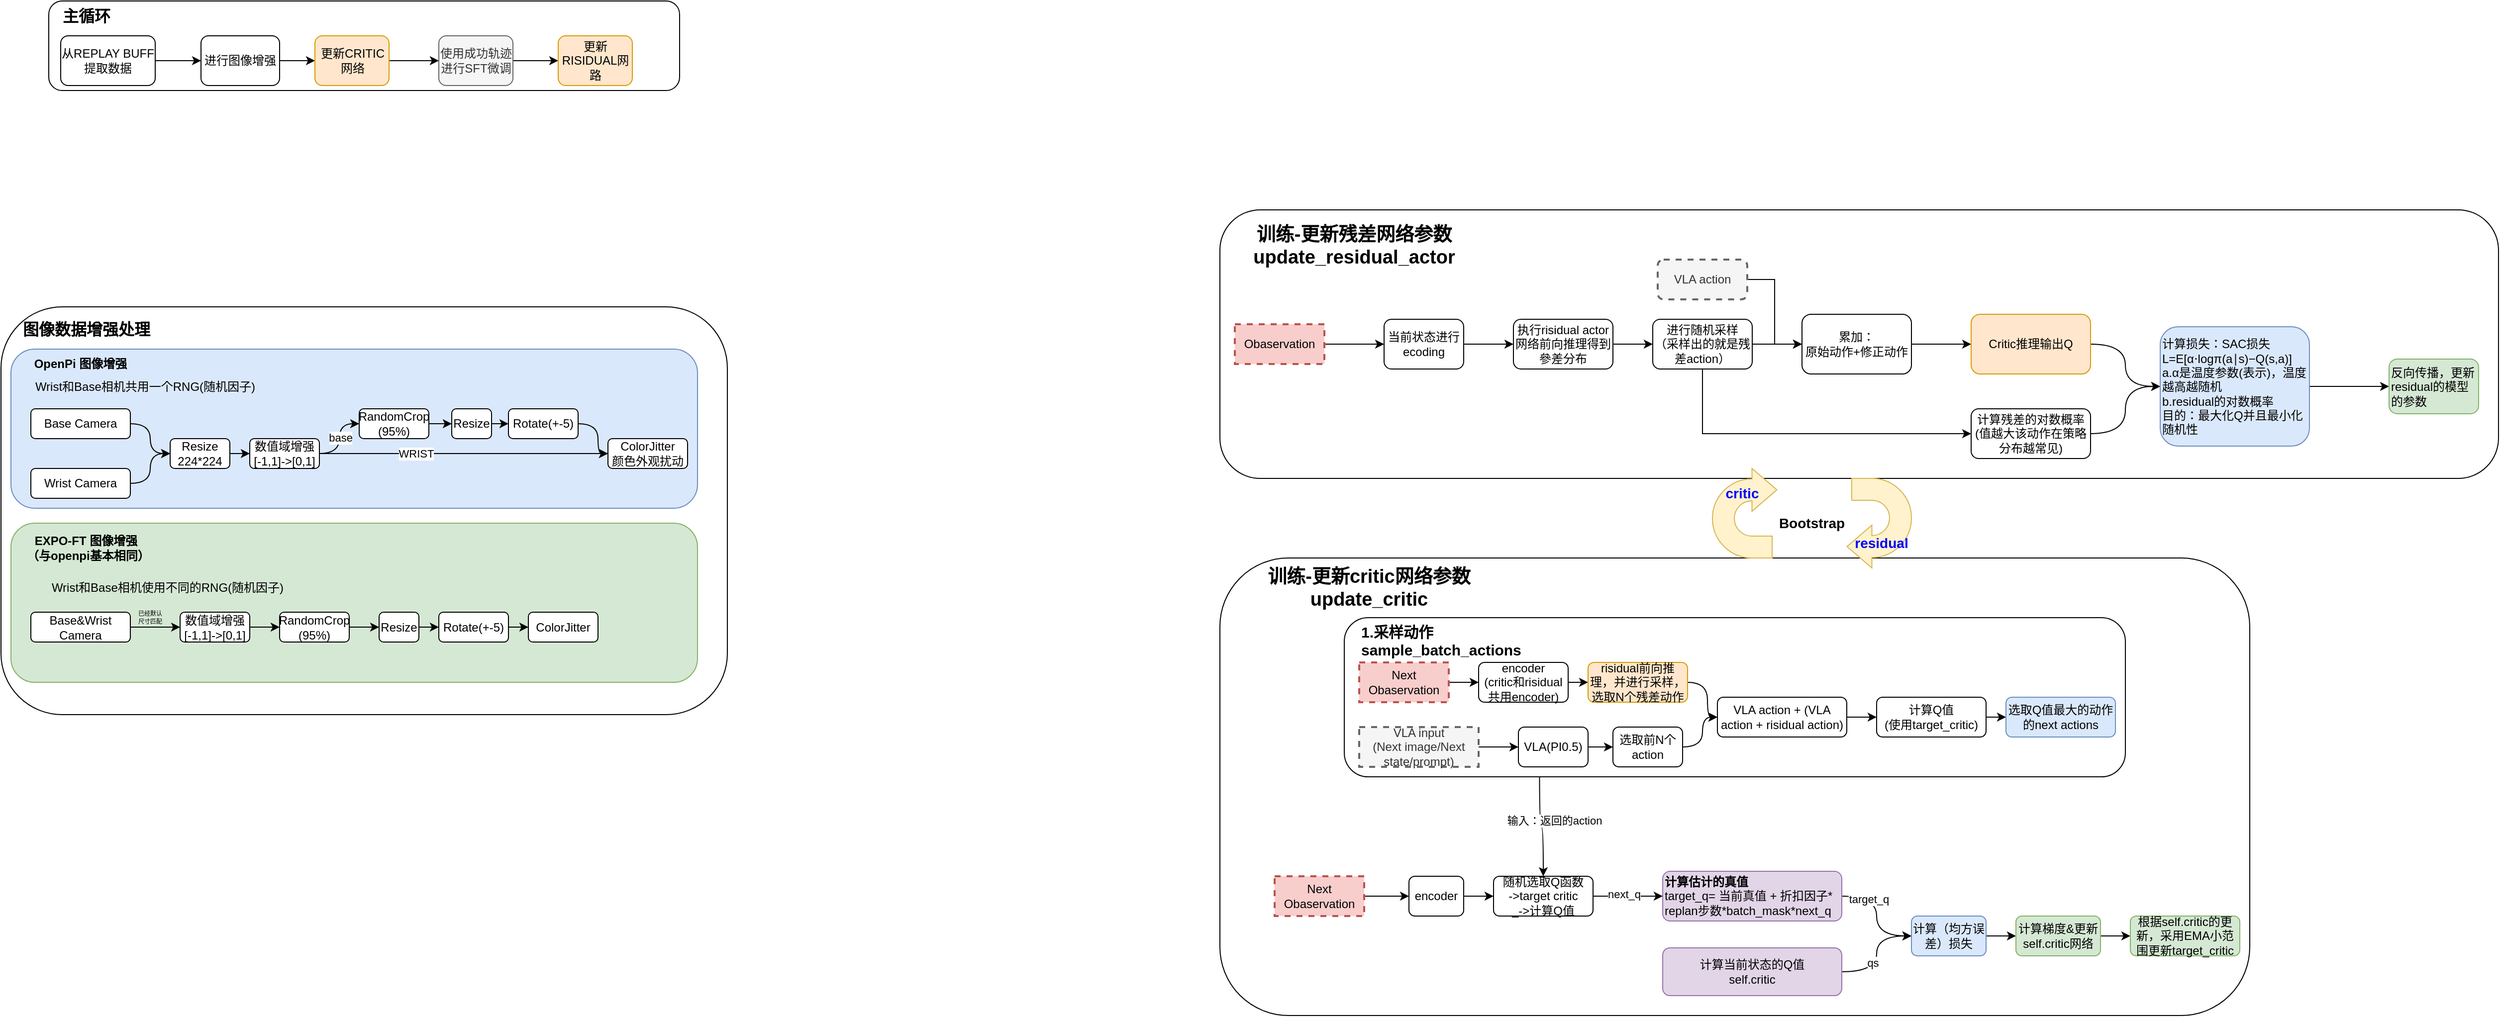
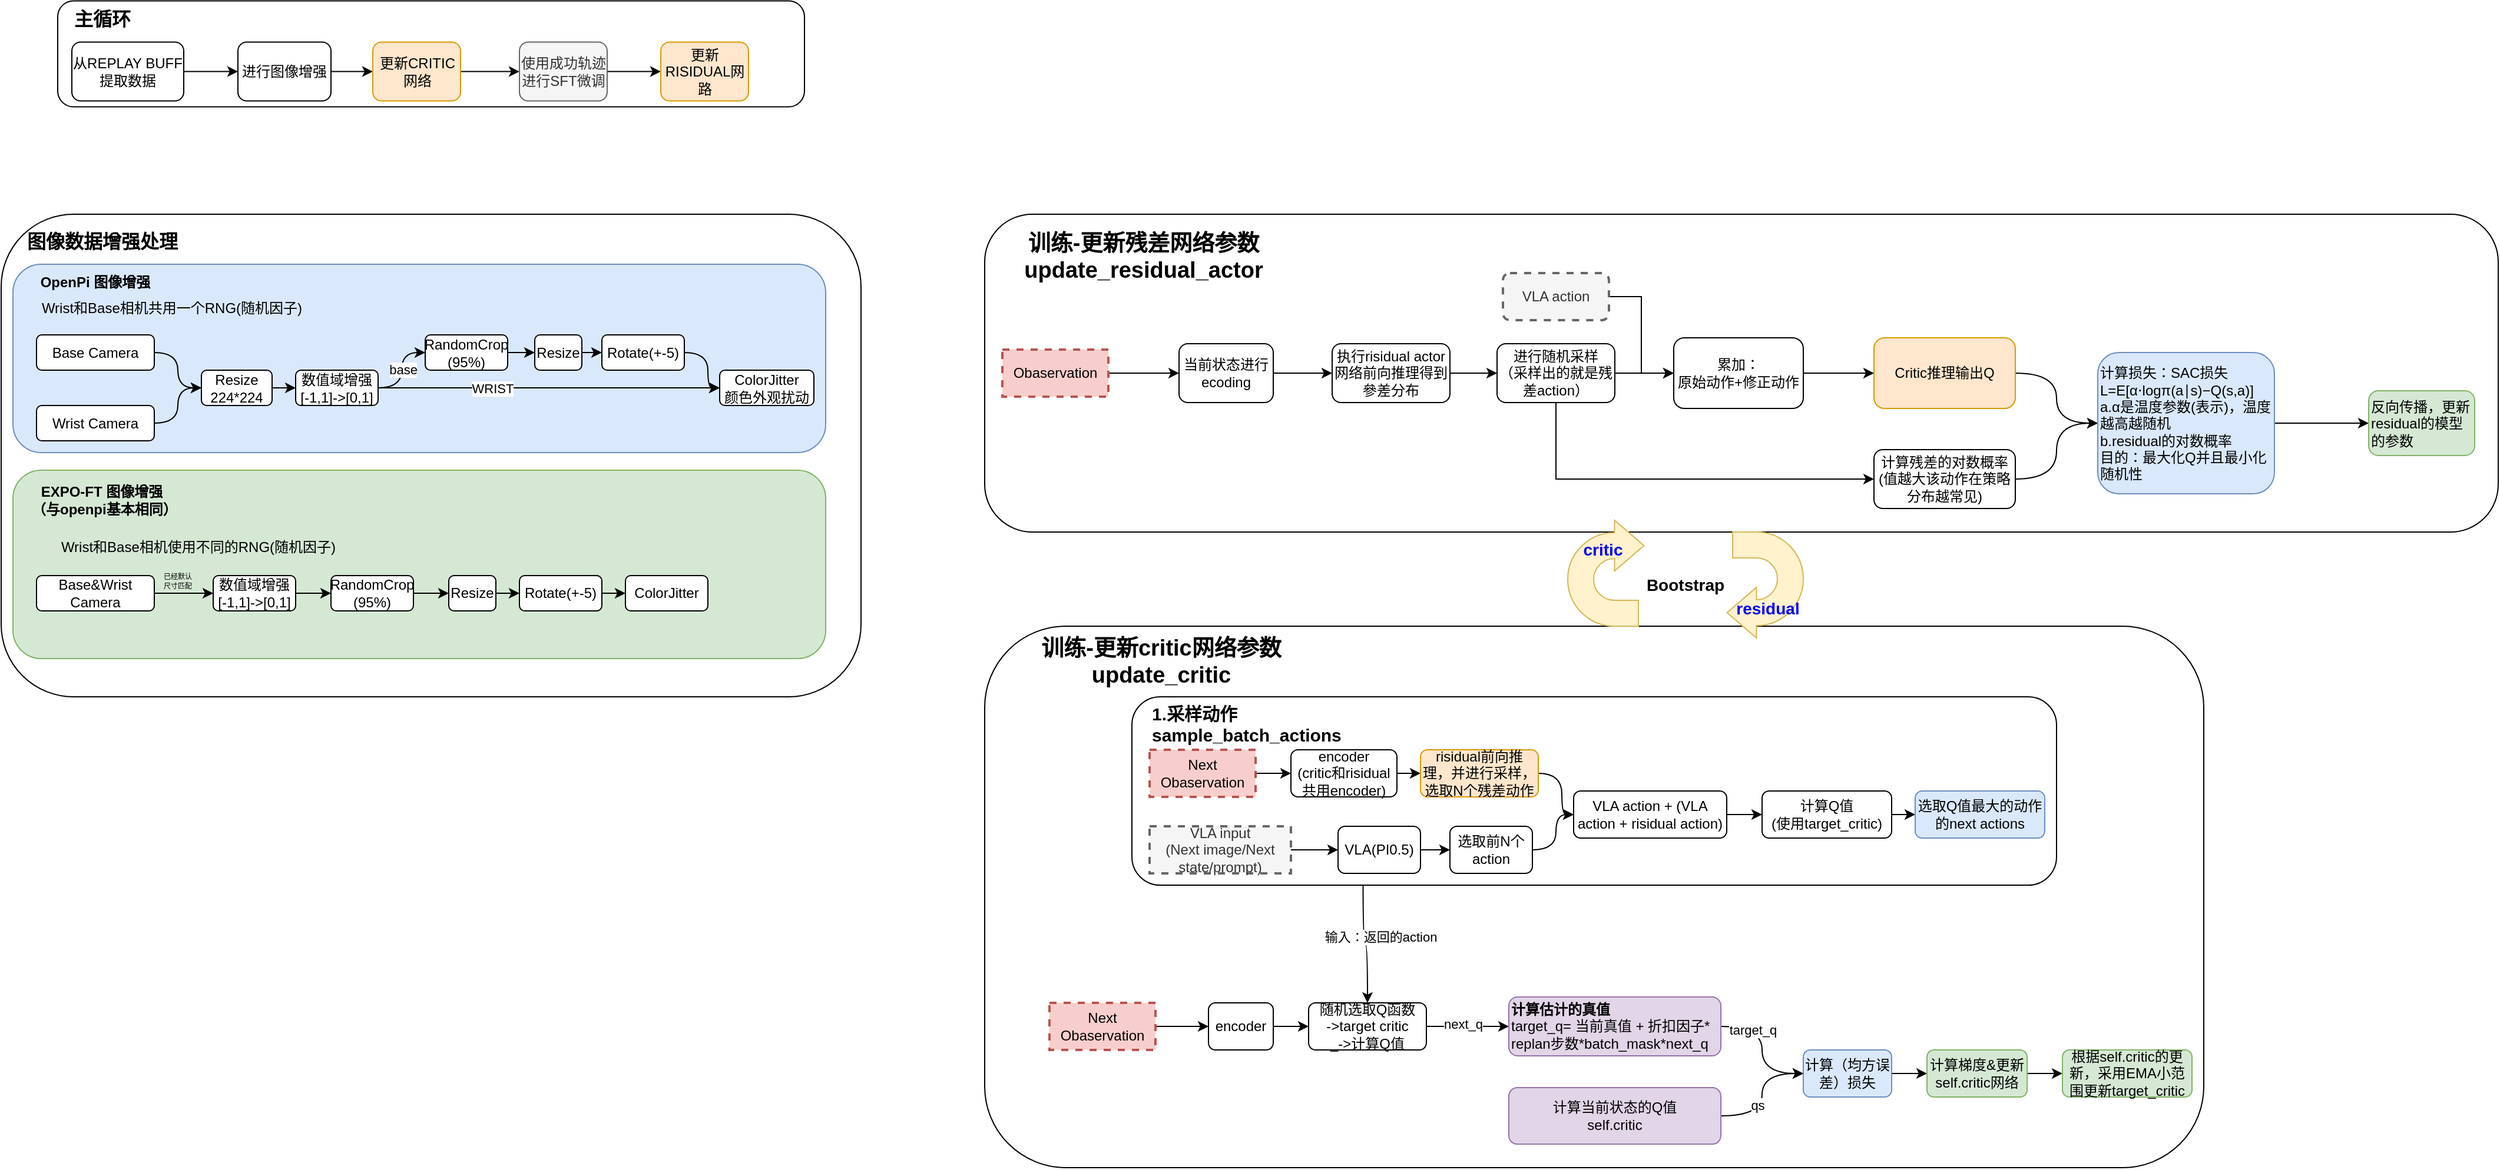
<mxfile host="app.diagrams.net">
  <diagram name="第 1 页" id="Xl2nalXjscSPXPMrPieM">
-     <mxGraphModel dx="2422" dy="1606" grid="1" gridSize="10" guides="1" tooltips="1" connect="1" arrows="1" fold="1" page="1" pageScale="1" pageWidth="827" pageHeight="1169" math="0" shadow="0">
+     <mxGraphModel dx="4342" dy="1528" grid="1" gridSize="10" guides="1" tooltips="1" connect="1" arrows="1" fold="1" page="1" pageScale="1" pageWidth="827" pageHeight="1169" math="0" shadow="0">
      <root>
        <mxCell id="0" />
        <mxCell id="1" parent="0" />
        <mxCell id="5m5IZYSdE89hOnIhnB_D-146" parent="1" style="rounded=1;whiteSpace=wrap;html=1;" value="" vertex="1">
-           <mxGeometry height="90" width="634" x="-1232" y="-20" as="geometry" />
+           <mxGeometry height="90" width="634" x="-842" y="8.75" as="geometry" />
        </mxCell>
        <mxCell id="5m5IZYSdE89hOnIhnB_D-129" parent="1" style="rounded=1;whiteSpace=wrap;html=1;" value="" vertex="1">
-           <mxGeometry height="410" width="730" x="-1280" y="287.5" as="geometry" />
+           <mxGeometry height="410" width="730" x="-890" y="190" as="geometry" />
        </mxCell>
        <mxCell id="5m5IZYSdE89hOnIhnB_D-127" parent="1" style="rounded=1;whiteSpace=wrap;html=1;fillColor=#d5e8d4;strokeColor=#82b366;" value="" vertex="1">
-           <mxGeometry height="160" width="690" x="-1270" y="505" as="geometry" />
+           <mxGeometry height="160" width="690" x="-880" y="407.5" as="geometry" />
        </mxCell>
        <mxCell id="5m5IZYSdE89hOnIhnB_D-126" parent="1" style="rounded=1;whiteSpace=wrap;html=1;fillColor=#dae8fc;strokeColor=#6c8ebf;" value="" vertex="1">
-           <mxGeometry height="160" width="690" x="-1270" y="330" as="geometry" />
+           <mxGeometry height="160" width="690" x="-880" y="232.5" as="geometry" />
        </mxCell>
        <mxCell id="5m5IZYSdE89hOnIhnB_D-75" parent="1" style="rounded=1;whiteSpace=wrap;html=1;" value="" vertex="1">
          <mxGeometry height="460" width="1035" x="-55" y="540" as="geometry" />
        </mxCell>
        <mxCell id="5m5IZYSdE89hOnIhnB_D-59" edge="1" parent="1" source="5m5IZYSdE89hOnIhnB_D-50" style="edgeStyle=orthogonalEdgeStyle;curved=1;rounded=0;orthogonalLoop=1;jettySize=auto;html=1;exitX=0.25;exitY=1;exitDx=0;exitDy=0;entryX=0.5;entryY=0;entryDx=0;entryDy=0;" target="5m5IZYSdE89hOnIhnB_D-56">
          <mxGeometry relative="1" as="geometry" />
        </mxCell>
        <mxCell id="5m5IZYSdE89hOnIhnB_D-60" connectable="0" parent="5m5IZYSdE89hOnIhnB_D-59" style="edgeLabel;html=1;align=center;verticalAlign=middle;resizable=0;points=[];" value="输入：返回的action" vertex="1">
          <mxGeometry relative="1" x="-0.1644" y="4" as="geometry">
            <mxPoint x="10" as="offset" />
          </mxGeometry>
        </mxCell>
        <mxCell id="5m5IZYSdE89hOnIhnB_D-22" parent="1" style="rounded=1;whiteSpace=wrap;html=1;" value="" vertex="1">
          <mxGeometry height="270" width="1285" x="-55" y="190" as="geometry" />
        </mxCell>
        <mxCell id="5m5IZYSdE89hOnIhnB_D-3" edge="1" parent="1" source="5m5IZYSdE89hOnIhnB_D-1" style="edgeStyle=orthogonalEdgeStyle;rounded=0;orthogonalLoop=1;jettySize=auto;html=1;" target="5m5IZYSdE89hOnIhnB_D-2" value="">
          <mxGeometry relative="1" as="geometry" />
        </mxCell>
        <mxCell id="5m5IZYSdE89hOnIhnB_D-1" parent="1" style="rounded=1;whiteSpace=wrap;html=1;" value="当前状态进行ecoding" vertex="1">
          <mxGeometry height="50" width="80" x="110" y="300" as="geometry" />
        </mxCell>
        <mxCell id="5m5IZYSdE89hOnIhnB_D-5" edge="1" parent="1" source="5m5IZYSdE89hOnIhnB_D-2" style="edgeStyle=orthogonalEdgeStyle;rounded=0;orthogonalLoop=1;jettySize=auto;html=1;" target="5m5IZYSdE89hOnIhnB_D-4" value="">
          <mxGeometry relative="1" as="geometry" />
        </mxCell>
        <mxCell id="5m5IZYSdE89hOnIhnB_D-2" parent="1" style="rounded=1;whiteSpace=wrap;html=1;" value="执行risidual actor网络前向推理得到參差分布" vertex="1">
          <mxGeometry height="50" width="100" x="240" y="300" as="geometry" />
        </mxCell>
        <mxCell id="5m5IZYSdE89hOnIhnB_D-7" edge="1" parent="1" source="5m5IZYSdE89hOnIhnB_D-4" style="edgeStyle=orthogonalEdgeStyle;rounded=0;orthogonalLoop=1;jettySize=auto;html=1;exitX=0.5;exitY=1;exitDx=0;exitDy=0;entryX=0;entryY=0.5;entryDx=0;entryDy=0;" target="5m5IZYSdE89hOnIhnB_D-6" value="">
          <mxGeometry relative="1" as="geometry" />
        </mxCell>
        <mxCell id="5m5IZYSdE89hOnIhnB_D-14" edge="1" parent="1" source="5m5IZYSdE89hOnIhnB_D-4" style="edgeStyle=orthogonalEdgeStyle;rounded=0;orthogonalLoop=1;jettySize=auto;html=1;exitX=1;exitY=0.5;exitDx=0;exitDy=0;entryX=0;entryY=0.5;entryDx=0;entryDy=0;" target="5m5IZYSdE89hOnIhnB_D-12">
          <mxGeometry relative="1" as="geometry" />
        </mxCell>
        <mxCell id="5m5IZYSdE89hOnIhnB_D-4" parent="1" style="rounded=1;whiteSpace=wrap;html=1;" value="进行随机采样&lt;br&gt;（采样出的就是残差action）" vertex="1">
          <mxGeometry height="50" width="100" x="380" y="300" as="geometry" />
        </mxCell>
        <mxCell id="5m5IZYSdE89hOnIhnB_D-19" edge="1" parent="1" source="5m5IZYSdE89hOnIhnB_D-6" style="edgeStyle=orthogonalEdgeStyle;rounded=0;orthogonalLoop=1;jettySize=auto;html=1;exitX=1;exitY=0.5;exitDx=0;exitDy=0;entryX=0;entryY=0.5;entryDx=0;entryDy=0;curved=1;" target="5m5IZYSdE89hOnIhnB_D-17">
          <mxGeometry relative="1" as="geometry" />
        </mxCell>
        <mxCell id="5m5IZYSdE89hOnIhnB_D-6" parent="1" style="rounded=1;whiteSpace=wrap;html=1;" value="计算残差的对数概率&lt;br&gt;(值越大该动作在策略分布越常见)" vertex="1">
          <mxGeometry height="50" width="120" x="700" y="390" as="geometry" />
        </mxCell>
        <mxCell id="5m5IZYSdE89hOnIhnB_D-9" edge="1" parent="1" source="5m5IZYSdE89hOnIhnB_D-8" style="edgeStyle=orthogonalEdgeStyle;rounded=0;orthogonalLoop=1;jettySize=auto;html=1;exitX=1;exitY=0.5;exitDx=0;exitDy=0;entryX=0;entryY=0.5;entryDx=0;entryDy=0;" target="5m5IZYSdE89hOnIhnB_D-1">
          <mxGeometry relative="1" as="geometry" />
        </mxCell>
        <mxCell id="5m5IZYSdE89hOnIhnB_D-8" parent="1" style="rounded=0;whiteSpace=wrap;html=1;fillColor=#f8cecc;strokeColor=#b85450;dashed=1;strokeWidth=2;" value="Obaservation" vertex="1">
          <mxGeometry height="40" width="90" x="-40" y="305" as="geometry" />
        </mxCell>
        <mxCell id="5m5IZYSdE89hOnIhnB_D-13" edge="1" parent="1" source="5m5IZYSdE89hOnIhnB_D-10" style="edgeStyle=orthogonalEdgeStyle;rounded=0;orthogonalLoop=1;jettySize=auto;html=1;exitX=1;exitY=0.5;exitDx=0;exitDy=0;entryX=0;entryY=0.5;entryDx=0;entryDy=0;" target="5m5IZYSdE89hOnIhnB_D-12">
          <mxGeometry relative="1" as="geometry" />
        </mxCell>
        <mxCell id="5m5IZYSdE89hOnIhnB_D-10" parent="1" style="rounded=1;whiteSpace=wrap;html=1;fillColor=#f5f5f5;fontColor=#333333;strokeColor=#666666;dashed=1;strokeWidth=2;" value="VLA action" vertex="1">
          <mxGeometry height="40" width="90" x="385" y="240" as="geometry" />
        </mxCell>
        <mxCell id="5m5IZYSdE89hOnIhnB_D-16" edge="1" parent="1" source="5m5IZYSdE89hOnIhnB_D-12" style="edgeStyle=orthogonalEdgeStyle;rounded=0;orthogonalLoop=1;jettySize=auto;html=1;exitX=1;exitY=0.5;exitDx=0;exitDy=0;entryX=0;entryY=0.5;entryDx=0;entryDy=0;" target="5m5IZYSdE89hOnIhnB_D-15">
          <mxGeometry relative="1" as="geometry" />
        </mxCell>
        <mxCell id="5m5IZYSdE89hOnIhnB_D-12" parent="1" style="rounded=1;whiteSpace=wrap;html=1;" value="累加：&lt;br&gt;原始动作+修正动作" vertex="1">
          <mxGeometry height="60" width="110" x="530" y="295" as="geometry" />
        </mxCell>
        <mxCell id="5m5IZYSdE89hOnIhnB_D-18" edge="1" parent="1" source="5m5IZYSdE89hOnIhnB_D-15" style="edgeStyle=orthogonalEdgeStyle;rounded=0;orthogonalLoop=1;jettySize=auto;html=1;exitX=1;exitY=0.5;exitDx=0;exitDy=0;entryX=0;entryY=0.5;entryDx=0;entryDy=0;curved=1;" target="5m5IZYSdE89hOnIhnB_D-17">
          <mxGeometry relative="1" as="geometry" />
        </mxCell>
        <mxCell id="5m5IZYSdE89hOnIhnB_D-15" parent="1" style="rounded=1;whiteSpace=wrap;html=1;fillColor=#ffe6cc;strokeColor=#d79b00;" value="Critic推理输出Q" vertex="1">
          <mxGeometry height="60" width="120" x="700" y="295" as="geometry" />
        </mxCell>
        <mxCell id="5m5IZYSdE89hOnIhnB_D-21" edge="1" parent="1" source="5m5IZYSdE89hOnIhnB_D-17" style="edgeStyle=orthogonalEdgeStyle;curved=1;rounded=0;orthogonalLoop=1;jettySize=auto;html=1;" target="5m5IZYSdE89hOnIhnB_D-20" value="">
          <mxGeometry relative="1" as="geometry" />
        </mxCell>
        <mxCell id="5m5IZYSdE89hOnIhnB_D-17" parent="1" style="rounded=1;whiteSpace=wrap;html=1;align=left;fillColor=#dae8fc;strokeColor=#6c8ebf;" value="计算损失：SAC损失&lt;br&gt;L=E[α⋅logπ(a∣s)−Q(s,a)]&lt;div&gt;a.α是温度参数(表示)，温度越高越随机&lt;br&gt;b.residual的对数概率&lt;br&gt;目的：最大化Q并且最小化随机性&lt;/div&gt;" vertex="1">
          <mxGeometry height="120" width="150" x="890" y="307.5" as="geometry" />
        </mxCell>
        <mxCell id="5m5IZYSdE89hOnIhnB_D-20" parent="1" style="rounded=1;whiteSpace=wrap;html=1;align=left;fillColor=#d5e8d4;strokeColor=#82b366;" value="反向传播，更新residual的模型的参数" vertex="1">
          <mxGeometry height="55" width="90" x="1120" y="340" as="geometry" />
        </mxCell>
        <mxCell id="5m5IZYSdE89hOnIhnB_D-23" parent="1" style="text;html=1;whiteSpace=wrap;strokeColor=none;fillColor=none;align=center;verticalAlign=middle;rounded=0;fontStyle=1;fontSize=19;" value="&lt;br&gt;训练-更新残差网络参数update_residual_actor" vertex="1">
          <mxGeometry height="30" width="220" x="-30" y="200" as="geometry" />
        </mxCell>
        <mxCell id="5m5IZYSdE89hOnIhnB_D-55" edge="1" parent="1" source="5m5IZYSdE89hOnIhnB_D-53" style="edgeStyle=orthogonalEdgeStyle;curved=1;rounded=0;orthogonalLoop=1;jettySize=auto;html=1;exitX=1;exitY=0.5;exitDx=0;exitDy=0;entryX=0;entryY=0.5;entryDx=0;entryDy=0;" target="5m5IZYSdE89hOnIhnB_D-54">
          <mxGeometry relative="1" as="geometry" />
        </mxCell>
        <mxCell id="5m5IZYSdE89hOnIhnB_D-53" parent="1" style="rounded=0;whiteSpace=wrap;html=1;fillColor=#f8cecc;strokeColor=#b85450;dashed=1;strokeWidth=2;" value="Next&lt;br&gt;Obaservation" vertex="1">
          <mxGeometry height="40" width="90" y="860" as="geometry" />
        </mxCell>
        <mxCell id="5m5IZYSdE89hOnIhnB_D-57" edge="1" parent="1" source="5m5IZYSdE89hOnIhnB_D-54" style="edgeStyle=orthogonalEdgeStyle;curved=1;rounded=0;orthogonalLoop=1;jettySize=auto;html=1;" target="5m5IZYSdE89hOnIhnB_D-56" value="">
          <mxGeometry relative="1" as="geometry" />
        </mxCell>
        <mxCell id="5m5IZYSdE89hOnIhnB_D-54" parent="1" style="rounded=1;whiteSpace=wrap;html=1;strokeWidth=1;" value="encoder" vertex="1">
          <mxGeometry height="40" width="55" x="135" y="860" as="geometry" />
        </mxCell>
        <mxCell id="5m5IZYSdE89hOnIhnB_D-64" edge="1" parent="1" source="5m5IZYSdE89hOnIhnB_D-56" style="edgeStyle=orthogonalEdgeStyle;curved=1;rounded=0;orthogonalLoop=1;jettySize=auto;html=1;" target="5m5IZYSdE89hOnIhnB_D-63" value="">
          <mxGeometry relative="1" as="geometry" />
        </mxCell>
        <mxCell id="5m5IZYSdE89hOnIhnB_D-65" connectable="0" parent="5m5IZYSdE89hOnIhnB_D-64" style="edgeLabel;html=1;align=center;verticalAlign=middle;resizable=0;points=[];" value="next_q" vertex="1">
          <mxGeometry relative="1" x="-0.1202" y="2" as="geometry">
            <mxPoint as="offset" />
          </mxGeometry>
        </mxCell>
        <mxCell id="5m5IZYSdE89hOnIhnB_D-56" parent="1" style="rounded=1;whiteSpace=wrap;html=1;strokeWidth=1;" value="随机选取Q函数&lt;br&gt;-&amp;gt;target critic&lt;div&gt;_-&amp;gt;计算Q值&lt;/div&gt;" vertex="1">
          <mxGeometry height="40" width="100" x="220" y="860" as="geometry" />
        </mxCell>
        <mxCell id="5m5IZYSdE89hOnIhnB_D-67" edge="1" parent="1" source="5m5IZYSdE89hOnIhnB_D-63" style="edgeStyle=orthogonalEdgeStyle;curved=1;rounded=0;orthogonalLoop=1;jettySize=auto;html=1;" target="5m5IZYSdE89hOnIhnB_D-66" value="">
          <mxGeometry relative="1" as="geometry" />
        </mxCell>
        <mxCell id="5m5IZYSdE89hOnIhnB_D-70" connectable="0" parent="5m5IZYSdE89hOnIhnB_D-67" style="edgeLabel;html=1;align=center;verticalAlign=middle;resizable=0;points=[];" value="target_q" vertex="1">
          <mxGeometry relative="1" x="-0.5152" y="-3" as="geometry">
            <mxPoint as="offset" />
          </mxGeometry>
        </mxCell>
        <mxCell id="5m5IZYSdE89hOnIhnB_D-63" parent="1" style="rounded=1;whiteSpace=wrap;html=1;strokeWidth=1;align=left;fillColor=#e1d5e7;strokeColor=#9673a6;" value="&lt;b&gt;计算估计的真值&lt;/b&gt;&lt;br&gt;target_q= 当前真值 + 折扣因子* replan步数*batch_mask*next_q" vertex="1">
          <mxGeometry height="50" width="180" x="390" y="855" as="geometry" />
        </mxCell>
        <mxCell id="5m5IZYSdE89hOnIhnB_D-74" edge="1" parent="1" source="5m5IZYSdE89hOnIhnB_D-66" style="edgeStyle=orthogonalEdgeStyle;curved=1;rounded=0;orthogonalLoop=1;jettySize=auto;html=1;" target="5m5IZYSdE89hOnIhnB_D-73" value="">
          <mxGeometry relative="1" as="geometry" />
        </mxCell>
        <mxCell id="5m5IZYSdE89hOnIhnB_D-66" parent="1" style="whiteSpace=wrap;html=1;align=center;rounded=1;strokeWidth=1;fillColor=#dae8fc;strokeColor=#6c8ebf;" value="计算（均方误差）损失" vertex="1">
          <mxGeometry height="40" width="75" x="640" y="900" as="geometry" />
        </mxCell>
        <mxCell id="5m5IZYSdE89hOnIhnB_D-69" edge="1" parent="1" source="5m5IZYSdE89hOnIhnB_D-68" style="edgeStyle=orthogonalEdgeStyle;curved=1;rounded=0;orthogonalLoop=1;jettySize=auto;html=1;exitX=1;exitY=0.5;exitDx=0;exitDy=0;entryX=0;entryY=0.5;entryDx=0;entryDy=0;" target="5m5IZYSdE89hOnIhnB_D-66">
          <mxGeometry relative="1" as="geometry" />
        </mxCell>
        <mxCell id="5m5IZYSdE89hOnIhnB_D-72" connectable="0" parent="5m5IZYSdE89hOnIhnB_D-69" style="edgeLabel;html=1;align=center;verticalAlign=middle;resizable=0;points=[];" value="qs" vertex="1">
          <mxGeometry relative="1" x="-0.1592" y="4" as="geometry">
            <mxPoint as="offset" />
          </mxGeometry>
        </mxCell>
        <mxCell id="5m5IZYSdE89hOnIhnB_D-68" parent="1" style="rounded=1;whiteSpace=wrap;html=1;strokeWidth=1;fillColor=#e1d5e7;strokeColor=#9673a6;" value="计算当前状态的Q值&lt;br&gt;self.critic" vertex="1">
          <mxGeometry height="48" width="180" x="390" y="932" as="geometry" />
        </mxCell>
        <mxCell id="5m5IZYSdE89hOnIhnB_D-78" edge="1" parent="1" source="5m5IZYSdE89hOnIhnB_D-73" style="edgeStyle=orthogonalEdgeStyle;curved=1;rounded=0;orthogonalLoop=1;jettySize=auto;html=1;" target="5m5IZYSdE89hOnIhnB_D-77" value="">
          <mxGeometry relative="1" as="geometry" />
        </mxCell>
        <mxCell id="5m5IZYSdE89hOnIhnB_D-73" parent="1" style="whiteSpace=wrap;html=1;align=center;rounded=1;strokeWidth=1;fillColor=#d5e8d4;strokeColor=#82b366;" value="计算梯度&amp;amp;更新self.critic网络" vertex="1">
          <mxGeometry height="40" width="85" x="745" y="900" as="geometry" />
        </mxCell>
        <mxCell id="5m5IZYSdE89hOnIhnB_D-76" parent="1" style="text;html=1;whiteSpace=wrap;strokeColor=none;fillColor=none;align=center;verticalAlign=middle;rounded=0;fontStyle=1;fontSize=19;" value="训练-更新critic网络参数&lt;br&gt;update_critic" vertex="1">
          <mxGeometry height="40" width="220" x="-15" y="550" as="geometry" />
        </mxCell>
        <mxCell id="5m5IZYSdE89hOnIhnB_D-77" parent="1" style="whiteSpace=wrap;html=1;align=center;rounded=1;strokeWidth=1;fillColor=#d5e8d4;strokeColor=#82b366;" value="根据self.critic的更新，采用EMA小范围更新target_critic" vertex="1">
          <mxGeometry height="40" width="110" x="860" y="900" as="geometry" />
        </mxCell>
        <mxCell id="5m5IZYSdE89hOnIhnB_D-79" connectable="0" parent="1" style="group" value="" vertex="1">
          <mxGeometry height="160" width="785" x="70" y="600" as="geometry" />
        </mxCell>
        <mxCell id="5m5IZYSdE89hOnIhnB_D-50" parent="5m5IZYSdE89hOnIhnB_D-79" style="rounded=1;whiteSpace=wrap;html=1;" value="" vertex="1">
          <mxGeometry height="160" width="785" as="geometry" />
        </mxCell>
        <mxCell id="5m5IZYSdE89hOnIhnB_D-39" edge="1" parent="5m5IZYSdE89hOnIhnB_D-79" source="5m5IZYSdE89hOnIhnB_D-32" style="edgeStyle=orthogonalEdgeStyle;curved=1;rounded=0;orthogonalLoop=1;jettySize=auto;html=1;exitX=1;exitY=0.5;exitDx=0;exitDy=0;entryX=0;entryY=0.5;entryDx=0;entryDy=0;" target="5m5IZYSdE89hOnIhnB_D-38">
          <mxGeometry relative="1" as="geometry" />
        </mxCell>
        <mxCell id="5m5IZYSdE89hOnIhnB_D-32" parent="5m5IZYSdE89hOnIhnB_D-79" style="rounded=0;whiteSpace=wrap;html=1;fillColor=#f8cecc;strokeColor=#b85450;dashed=1;strokeWidth=2;" value="Next&lt;br&gt;Obaservation" vertex="1">
          <mxGeometry height="40" width="90" x="15" y="45" as="geometry" />
        </mxCell>
        <mxCell id="5m5IZYSdE89hOnIhnB_D-35" edge="1" parent="5m5IZYSdE89hOnIhnB_D-79" source="5m5IZYSdE89hOnIhnB_D-33" style="edgeStyle=orthogonalEdgeStyle;curved=1;rounded=0;orthogonalLoop=1;jettySize=auto;html=1;" target="5m5IZYSdE89hOnIhnB_D-34" value="">
          <mxGeometry relative="1" as="geometry" />
        </mxCell>
        <mxCell id="5m5IZYSdE89hOnIhnB_D-33" parent="5m5IZYSdE89hOnIhnB_D-79" style="rounded=0;whiteSpace=wrap;html=1;fillColor=#f5f5f5;fontColor=#333333;strokeColor=#666666;dashed=1;strokeWidth=2;" value="VLA input&lt;br&gt;(Next image/Next state/prompt)" vertex="1">
          <mxGeometry height="40" width="120" x="15" y="110" as="geometry" />
        </mxCell>
        <mxCell id="5m5IZYSdE89hOnIhnB_D-37" edge="1" parent="5m5IZYSdE89hOnIhnB_D-79" source="5m5IZYSdE89hOnIhnB_D-34" style="edgeStyle=orthogonalEdgeStyle;curved=1;rounded=0;orthogonalLoop=1;jettySize=auto;html=1;" target="5m5IZYSdE89hOnIhnB_D-36" value="">
          <mxGeometry relative="1" as="geometry" />
        </mxCell>
        <mxCell id="5m5IZYSdE89hOnIhnB_D-34" parent="5m5IZYSdE89hOnIhnB_D-79" style="rounded=1;whiteSpace=wrap;html=1;strokeWidth=1;" value="VLA(PI0.5)" vertex="1">
          <mxGeometry height="40" width="70" x="175" y="110" as="geometry" />
        </mxCell>
        <mxCell id="5m5IZYSdE89hOnIhnB_D-44" edge="1" parent="5m5IZYSdE89hOnIhnB_D-79" source="5m5IZYSdE89hOnIhnB_D-36" style="edgeStyle=orthogonalEdgeStyle;curved=1;rounded=0;orthogonalLoop=1;jettySize=auto;html=1;exitX=1;exitY=0.5;exitDx=0;exitDy=0;entryX=0;entryY=0.5;entryDx=0;entryDy=0;" target="5m5IZYSdE89hOnIhnB_D-43">
          <mxGeometry relative="1" as="geometry" />
        </mxCell>
        <mxCell id="5m5IZYSdE89hOnIhnB_D-36" parent="5m5IZYSdE89hOnIhnB_D-79" style="rounded=1;whiteSpace=wrap;html=1;strokeWidth=1;" value="选取前N个action" vertex="1">
          <mxGeometry height="40" width="70" x="270" y="110" as="geometry" />
        </mxCell>
        <mxCell id="5m5IZYSdE89hOnIhnB_D-41" edge="1" parent="5m5IZYSdE89hOnIhnB_D-79" source="5m5IZYSdE89hOnIhnB_D-38" style="edgeStyle=orthogonalEdgeStyle;curved=1;rounded=0;orthogonalLoop=1;jettySize=auto;html=1;" target="5m5IZYSdE89hOnIhnB_D-40" value="">
          <mxGeometry relative="1" as="geometry" />
        </mxCell>
        <mxCell id="5m5IZYSdE89hOnIhnB_D-38" parent="5m5IZYSdE89hOnIhnB_D-79" style="rounded=1;whiteSpace=wrap;html=1;strokeWidth=1;" value="encoder&lt;div&gt;(critic和risidual共用encoder)&lt;/div&gt;" vertex="1">
          <mxGeometry height="40" width="90" x="135" y="45" as="geometry" />
        </mxCell>
        <mxCell id="5m5IZYSdE89hOnIhnB_D-45" edge="1" parent="5m5IZYSdE89hOnIhnB_D-79" source="5m5IZYSdE89hOnIhnB_D-40" style="edgeStyle=orthogonalEdgeStyle;curved=1;rounded=0;orthogonalLoop=1;jettySize=auto;html=1;exitX=1;exitY=0.5;exitDx=0;exitDy=0;entryX=0;entryY=0.5;entryDx=0;entryDy=0;" target="5m5IZYSdE89hOnIhnB_D-43">
          <mxGeometry relative="1" as="geometry" />
        </mxCell>
        <mxCell id="5m5IZYSdE89hOnIhnB_D-40" parent="5m5IZYSdE89hOnIhnB_D-79" style="rounded=1;whiteSpace=wrap;html=1;strokeWidth=1;fillColor=#ffe6cc;strokeColor=#d79b00;" value="risidual前向推理，并进行采样，选取N个残差动作" vertex="1">
          <mxGeometry height="40" width="100" x="245" y="45" as="geometry" />
        </mxCell>
        <mxCell id="5m5IZYSdE89hOnIhnB_D-47" edge="1" parent="5m5IZYSdE89hOnIhnB_D-79" source="5m5IZYSdE89hOnIhnB_D-43" style="edgeStyle=orthogonalEdgeStyle;curved=1;rounded=0;orthogonalLoop=1;jettySize=auto;html=1;exitX=1;exitY=0.5;exitDx=0;exitDy=0;entryX=0;entryY=0.5;entryDx=0;entryDy=0;" target="5m5IZYSdE89hOnIhnB_D-46">
          <mxGeometry relative="1" as="geometry" />
        </mxCell>
        <mxCell id="5m5IZYSdE89hOnIhnB_D-43" parent="5m5IZYSdE89hOnIhnB_D-79" style="rounded=1;whiteSpace=wrap;html=1;strokeWidth=1;" value="VLA action + (VLA action + risidual action)" vertex="1">
          <mxGeometry height="40" width="130" x="375" y="80" as="geometry" />
        </mxCell>
        <mxCell id="5m5IZYSdE89hOnIhnB_D-49" edge="1" parent="5m5IZYSdE89hOnIhnB_D-79" source="5m5IZYSdE89hOnIhnB_D-46" style="edgeStyle=orthogonalEdgeStyle;curved=1;rounded=0;orthogonalLoop=1;jettySize=auto;html=1;" target="5m5IZYSdE89hOnIhnB_D-48" value="">
          <mxGeometry relative="1" as="geometry" />
        </mxCell>
        <mxCell id="5m5IZYSdE89hOnIhnB_D-46" parent="5m5IZYSdE89hOnIhnB_D-79" style="rounded=1;whiteSpace=wrap;html=1;strokeWidth=1;" value="计算Q值&lt;br&gt;(使用target_critic)" vertex="1">
          <mxGeometry height="40" width="110" x="535" y="80" as="geometry" />
        </mxCell>
        <mxCell id="5m5IZYSdE89hOnIhnB_D-48" parent="5m5IZYSdE89hOnIhnB_D-79" style="rounded=1;whiteSpace=wrap;html=1;strokeWidth=1;fillColor=#dae8fc;strokeColor=#6c8ebf;" value="选取Q值最大的动作&lt;br&gt;的next actions" vertex="1">
          <mxGeometry height="40" width="110" x="665" y="80" as="geometry" />
        </mxCell>
        <mxCell id="5m5IZYSdE89hOnIhnB_D-51" parent="5m5IZYSdE89hOnIhnB_D-79" style="text;html=1;whiteSpace=wrap;strokeColor=none;fillColor=none;align=left;verticalAlign=middle;rounded=0;fontStyle=1;fontSize=15;" value="1.采样动作&lt;br&gt;sample_batch_actions" vertex="1">
          <mxGeometry height="30" width="220" x="15" y="8" as="geometry" />
        </mxCell>
        <mxCell id="5m5IZYSdE89hOnIhnB_D-82" parent="1" style="html=1;shadow=0;dashed=0;align=center;verticalAlign=middle;shape=mxgraph.arrows2.uTurnArrow;dy=11;arrowHead=43;dx2=25;fillColor=#fff2cc;strokeColor=#d6b656;" value="" vertex="1">
          <mxGeometry height="90" width="60" x="440" y="450" as="geometry" />
        </mxCell>
        <mxCell id="5m5IZYSdE89hOnIhnB_D-83" parent="1" style="html=1;shadow=0;dashed=0;align=center;verticalAlign=middle;shape=mxgraph.arrows2.uTurnArrow;dy=11;arrowHead=43;dx2=25;rotation=-180;fillColor=#fff2cc;strokeColor=#d6b656;" value="&amp;nbsp; " vertex="1">
          <mxGeometry height="90" width="60" x="580" y="460" as="geometry" />
        </mxCell>
        <mxCell id="5m5IZYSdE89hOnIhnB_D-84" parent="1" style="text;html=1;whiteSpace=wrap;strokeColor=none;fillColor=none;align=center;verticalAlign=middle;rounded=0;fontStyle=1;fontSize=14;" value="Bootstrap" vertex="1">
          <mxGeometry height="30" width="60" x="510" y="490" as="geometry" />
        </mxCell>
        <mxCell id="5m5IZYSdE89hOnIhnB_D-85" parent="1" style="text;html=1;whiteSpace=wrap;strokeColor=none;fillColor=none;align=center;verticalAlign=middle;rounded=0;fontStyle=1;fontColor=#0000FF;fontSize=14;" value="critic" vertex="1">
          <mxGeometry height="30" width="60" x="440" y="460" as="geometry" />
        </mxCell>
        <mxCell id="5m5IZYSdE89hOnIhnB_D-86" parent="1" style="text;html=1;whiteSpace=wrap;strokeColor=none;fillColor=none;align=center;verticalAlign=middle;rounded=0;fontStyle=1;fontColor=#0000FF;fontSize=14;" value="residual" vertex="1">
          <mxGeometry height="30" width="60" x="580" y="510" as="geometry" />
        </mxCell>
        <mxCell id="5m5IZYSdE89hOnIhnB_D-99" edge="1" parent="1" source="5m5IZYSdE89hOnIhnB_D-87" style="edgeStyle=orthogonalEdgeStyle;curved=1;rounded=0;orthogonalLoop=1;jettySize=auto;html=1;exitX=1;exitY=0.5;exitDx=0;exitDy=0;entryX=0;entryY=0.5;entryDx=0;entryDy=0;" target="5m5IZYSdE89hOnIhnB_D-89">
          <mxGeometry relative="1" as="geometry" />
        </mxCell>
        <mxCell id="5m5IZYSdE89hOnIhnB_D-87" parent="1" style="rounded=1;whiteSpace=wrap;html=1;" value="Base Camera" vertex="1">
-           <mxGeometry height="30" width="100" x="-1250" y="390" as="geometry" />
+           <mxGeometry height="30" width="100" x="-860" y="292.5" as="geometry" />
        </mxCell>
        <mxCell id="5m5IZYSdE89hOnIhnB_D-98" edge="1" parent="1" source="5m5IZYSdE89hOnIhnB_D-88" style="edgeStyle=orthogonalEdgeStyle;curved=1;rounded=0;orthogonalLoop=1;jettySize=auto;html=1;exitX=1;exitY=0.5;exitDx=0;exitDy=0;entryX=0;entryY=0.5;entryDx=0;entryDy=0;" target="5m5IZYSdE89hOnIhnB_D-89">
          <mxGeometry relative="1" as="geometry" />
        </mxCell>
        <mxCell id="5m5IZYSdE89hOnIhnB_D-88" parent="1" style="rounded=1;whiteSpace=wrap;html=1;" value="Wrist Camera" vertex="1">
-           <mxGeometry height="30" width="100" x="-1250" y="450" as="geometry" />
+           <mxGeometry height="30" width="100" x="-860" y="352.5" as="geometry" />
        </mxCell>
        <mxCell id="5m5IZYSdE89hOnIhnB_D-108" edge="1" parent="1" source="5m5IZYSdE89hOnIhnB_D-89" style="edgeStyle=orthogonalEdgeStyle;curved=1;rounded=0;orthogonalLoop=1;jettySize=auto;html=1;" target="5m5IZYSdE89hOnIhnB_D-107" value="">
          <mxGeometry relative="1" as="geometry" />
        </mxCell>
        <mxCell id="5m5IZYSdE89hOnIhnB_D-89" parent="1" style="rounded=1;whiteSpace=wrap;html=1;" value="Resize&lt;div&gt;224*224&lt;/div&gt;" vertex="1">
-           <mxGeometry height="30" width="60" x="-1110" y="420" as="geometry" />
+           <mxGeometry height="30" width="60" x="-720" y="322.5" as="geometry" />
        </mxCell>
        <mxCell id="5m5IZYSdE89hOnIhnB_D-92" edge="1" parent="1" source="5m5IZYSdE89hOnIhnB_D-90" style="edgeStyle=orthogonalEdgeStyle;curved=1;rounded=0;orthogonalLoop=1;jettySize=auto;html=1;" target="5m5IZYSdE89hOnIhnB_D-91" value="">
          <mxGeometry relative="1" as="geometry" />
        </mxCell>
        <mxCell id="5m5IZYSdE89hOnIhnB_D-90" parent="1" style="rounded=1;whiteSpace=wrap;html=1;" value="RandomCrop&lt;br&gt;(95%)" vertex="1">
-           <mxGeometry height="30" width="70" x="-920" y="390" as="geometry" />
+           <mxGeometry height="30" width="70" x="-530" y="292.5" as="geometry" />
        </mxCell>
        <mxCell id="5m5IZYSdE89hOnIhnB_D-94" edge="1" parent="1" source="5m5IZYSdE89hOnIhnB_D-91" style="edgeStyle=orthogonalEdgeStyle;curved=1;rounded=0;orthogonalLoop=1;jettySize=auto;html=1;" target="5m5IZYSdE89hOnIhnB_D-93" value="">
          <mxGeometry relative="1" as="geometry" />
        </mxCell>
        <mxCell id="5m5IZYSdE89hOnIhnB_D-91" parent="1" style="rounded=1;whiteSpace=wrap;html=1;" value="Resize" vertex="1">
-           <mxGeometry height="30" width="40" x="-827" y="390" as="geometry" />
+           <mxGeometry height="30" width="40" x="-437" y="292.5" as="geometry" />
        </mxCell>
        <mxCell id="5m5IZYSdE89hOnIhnB_D-96" edge="1" parent="1" source="5m5IZYSdE89hOnIhnB_D-93" style="edgeStyle=orthogonalEdgeStyle;curved=1;rounded=0;orthogonalLoop=1;jettySize=auto;html=1;" target="5m5IZYSdE89hOnIhnB_D-95" value="">
          <mxGeometry relative="1" as="geometry" />
        </mxCell>
        <mxCell id="5m5IZYSdE89hOnIhnB_D-93" parent="1" style="rounded=1;whiteSpace=wrap;html=1;" value="Rotate(+-5)" vertex="1">
-           <mxGeometry height="30" width="70" x="-770" y="390" as="geometry" />
+           <mxGeometry height="30" width="70" x="-380" y="292.5" as="geometry" />
        </mxCell>
        <mxCell id="5m5IZYSdE89hOnIhnB_D-95" parent="1" style="rounded=1;whiteSpace=wrap;html=1;" value="ColorJitter&lt;br&gt;颜色外观扰动" vertex="1">
-           <mxGeometry height="30" width="80" x="-670" y="420" as="geometry" />
+           <mxGeometry height="30" width="80" x="-280" y="322.5" as="geometry" />
        </mxCell>
        <mxCell id="5m5IZYSdE89hOnIhnB_D-103" parent="1" style="text;html=1;whiteSpace=wrap;strokeColor=none;fillColor=none;align=center;verticalAlign=middle;rounded=0;" value="Wrist和Base相机共用一个RNG(随机因子)" vertex="1">
-           <mxGeometry height="20" width="230" x="-1250" y="357.5" as="geometry" />
+           <mxGeometry height="20" width="230" x="-860" y="260" as="geometry" />
        </mxCell>
        <mxCell id="5m5IZYSdE89hOnIhnB_D-105" parent="1" style="text;html=1;whiteSpace=wrap;strokeColor=none;fillColor=none;align=center;verticalAlign=middle;rounded=0;fontStyle=1" value="OpenPi 图像增强" vertex="1">
-           <mxGeometry height="20" width="110" x="-1255" y="335" as="geometry" />
+           <mxGeometry height="20" width="110" x="-865" y="237.5" as="geometry" />
        </mxCell>
        <mxCell id="5m5IZYSdE89hOnIhnB_D-106" parent="1" style="text;html=1;whiteSpace=wrap;strokeColor=none;fillColor=none;align=center;verticalAlign=middle;rounded=0;fontStyle=1" value="EXPO-FT 图像增强&lt;br&gt;（与openpi基本相同）" vertex="1">
-           <mxGeometry height="20" width="121" x="-1255" y="520" as="geometry" />
+           <mxGeometry height="20" width="121" x="-865" y="422.5" as="geometry" />
        </mxCell>
        <mxCell id="5m5IZYSdE89hOnIhnB_D-109" edge="1" parent="1" source="5m5IZYSdE89hOnIhnB_D-107" style="edgeStyle=orthogonalEdgeStyle;curved=1;rounded=0;orthogonalLoop=1;jettySize=auto;html=1;exitX=1;exitY=0.5;exitDx=0;exitDy=0;entryX=0;entryY=0.5;entryDx=0;entryDy=0;" target="5m5IZYSdE89hOnIhnB_D-90">
          <mxGeometry relative="1" as="geometry" />
        </mxCell>
        <mxCell id="5m5IZYSdE89hOnIhnB_D-110" connectable="0" parent="5m5IZYSdE89hOnIhnB_D-109" style="edgeLabel;html=1;align=center;verticalAlign=middle;resizable=0;points=[];" value="base" vertex="1">
          <mxGeometry relative="1" x="0.0335" y="-1" as="geometry">
            <mxPoint as="offset" />
          </mxGeometry>
        </mxCell>
        <mxCell id="5m5IZYSdE89hOnIhnB_D-133" edge="1" parent="1" source="5m5IZYSdE89hOnIhnB_D-107" style="edgeStyle=orthogonalEdgeStyle;curved=1;rounded=0;orthogonalLoop=1;jettySize=auto;html=1;exitX=1;exitY=0.5;exitDx=0;exitDy=0;entryX=0;entryY=0.5;entryDx=0;entryDy=0;" target="5m5IZYSdE89hOnIhnB_D-95">
          <mxGeometry relative="1" as="geometry" />
        </mxCell>
        <mxCell id="5m5IZYSdE89hOnIhnB_D-134" connectable="0" parent="5m5IZYSdE89hOnIhnB_D-133" style="edgeLabel;html=1;align=center;verticalAlign=middle;resizable=0;points=[];" value="WRIST" vertex="1">
          <mxGeometry relative="1" x="-0.3337" as="geometry">
            <mxPoint as="offset" />
          </mxGeometry>
        </mxCell>
        <mxCell id="5m5IZYSdE89hOnIhnB_D-107" parent="1" style="rounded=1;whiteSpace=wrap;html=1;" value="数值域增强&lt;br&gt;[-1,1]-&amp;gt;[0,1]" vertex="1">
-           <mxGeometry height="30" width="70" x="-1030" y="420" as="geometry" />
+           <mxGeometry height="30" width="70" x="-640" y="322.5" as="geometry" />
        </mxCell>
        <mxCell id="5m5IZYSdE89hOnIhnB_D-118" edge="1" parent="1" source="5m5IZYSdE89hOnIhnB_D-113" style="edgeStyle=orthogonalEdgeStyle;curved=1;rounded=0;orthogonalLoop=1;jettySize=auto;html=1;exitX=1;exitY=0.5;exitDx=0;exitDy=0;entryX=0;entryY=0.5;entryDx=0;entryDy=0;" target="5m5IZYSdE89hOnIhnB_D-114">
          <mxGeometry relative="1" as="geometry" />
        </mxCell>
        <mxCell id="5m5IZYSdE89hOnIhnB_D-113" parent="1" style="rounded=1;whiteSpace=wrap;html=1;" value="数值域增强&lt;br&gt;[-1,1]-&amp;gt;[0,1]" vertex="1">
-           <mxGeometry height="30" width="70" x="-1100" y="594.5" as="geometry" />
+           <mxGeometry height="30" width="70" x="-710" y="497" as="geometry" />
        </mxCell>
        <mxCell id="5m5IZYSdE89hOnIhnB_D-119" edge="1" parent="1" source="5m5IZYSdE89hOnIhnB_D-114" style="edgeStyle=orthogonalEdgeStyle;curved=1;rounded=0;orthogonalLoop=1;jettySize=auto;html=1;exitX=1;exitY=0.5;exitDx=0;exitDy=0;entryX=0;entryY=0.5;entryDx=0;entryDy=0;" target="5m5IZYSdE89hOnIhnB_D-115">
          <mxGeometry relative="1" as="geometry" />
        </mxCell>
        <mxCell id="5m5IZYSdE89hOnIhnB_D-114" parent="1" style="rounded=1;whiteSpace=wrap;html=1;" value="RandomCrop&lt;br&gt;(95%)" vertex="1">
-           <mxGeometry height="30" width="70" x="-1000" y="594.5" as="geometry" />
+           <mxGeometry height="30" width="70" x="-610" y="497" as="geometry" />
        </mxCell>
        <mxCell id="5m5IZYSdE89hOnIhnB_D-120" edge="1" parent="1" source="5m5IZYSdE89hOnIhnB_D-115" style="edgeStyle=orthogonalEdgeStyle;curved=1;rounded=0;orthogonalLoop=1;jettySize=auto;html=1;exitX=1;exitY=0.5;exitDx=0;exitDy=0;entryX=0;entryY=0.5;entryDx=0;entryDy=0;" target="5m5IZYSdE89hOnIhnB_D-116">
          <mxGeometry relative="1" as="geometry" />
        </mxCell>
        <mxCell id="5m5IZYSdE89hOnIhnB_D-115" parent="1" style="rounded=1;whiteSpace=wrap;html=1;" value="Resize" vertex="1">
-           <mxGeometry height="30" width="40" x="-900" y="594.5" as="geometry" />
+           <mxGeometry height="30" width="40" x="-510" y="497" as="geometry" />
        </mxCell>
        <mxCell id="5m5IZYSdE89hOnIhnB_D-121" edge="1" parent="1" source="5m5IZYSdE89hOnIhnB_D-116" style="edgeStyle=orthogonalEdgeStyle;curved=1;rounded=0;orthogonalLoop=1;jettySize=auto;html=1;exitX=1;exitY=0.5;exitDx=0;exitDy=0;entryX=0;entryY=0.5;entryDx=0;entryDy=0;" target="5m5IZYSdE89hOnIhnB_D-117">
          <mxGeometry relative="1" as="geometry" />
        </mxCell>
        <mxCell id="5m5IZYSdE89hOnIhnB_D-116" parent="1" style="rounded=1;whiteSpace=wrap;html=1;" value="Rotate(+-5)" vertex="1">
-           <mxGeometry height="30" width="70" x="-840" y="594.5" as="geometry" />
+           <mxGeometry height="30" width="70" x="-450" y="497" as="geometry" />
        </mxCell>
        <mxCell id="5m5IZYSdE89hOnIhnB_D-117" parent="1" style="rounded=1;whiteSpace=wrap;html=1;" value="ColorJitter" vertex="1">
-           <mxGeometry height="30" width="70" x="-750" y="594.5" as="geometry" />
+           <mxGeometry height="30" width="70" x="-360" y="497" as="geometry" />
        </mxCell>
        <mxCell id="5m5IZYSdE89hOnIhnB_D-123" edge="1" parent="1" source="5m5IZYSdE89hOnIhnB_D-122" style="edgeStyle=orthogonalEdgeStyle;curved=1;rounded=0;orthogonalLoop=1;jettySize=auto;html=1;exitX=1;exitY=0.5;exitDx=0;exitDy=0;entryX=0;entryY=0.5;entryDx=0;entryDy=0;" target="5m5IZYSdE89hOnIhnB_D-113">
          <mxGeometry relative="1" as="geometry" />
        </mxCell>
        <mxCell id="5m5IZYSdE89hOnIhnB_D-122" parent="1" style="rounded=1;whiteSpace=wrap;html=1;" value="Base&amp;amp;Wrist Camera" vertex="1">
-           <mxGeometry height="30" width="100" x="-1250" y="594.5" as="geometry" />
+           <mxGeometry height="30" width="100" x="-860" y="497" as="geometry" />
        </mxCell>
        <mxCell id="5m5IZYSdE89hOnIhnB_D-124" parent="1" style="text;html=1;whiteSpace=wrap;strokeColor=none;fillColor=none;align=center;verticalAlign=middle;rounded=0;fontSize=6;" value="已经默认&lt;br&gt;尺寸匹配" vertex="1">
-           <mxGeometry height="30" width="60" x="-1160" y="584.5" as="geometry" />
+           <mxGeometry height="30" width="60" x="-770" y="487" as="geometry" />
        </mxCell>
        <mxCell id="5m5IZYSdE89hOnIhnB_D-125" parent="1" style="text;html=1;whiteSpace=wrap;strokeColor=none;fillColor=none;align=center;verticalAlign=middle;rounded=0;" value="Wrist和Base相机使用不同的RNG(随机因子)" vertex="1">
-           <mxGeometry height="20" width="265" x="-1245" y="560" as="geometry" />
+           <mxGeometry height="20" width="265" x="-855" y="462.5" as="geometry" />
        </mxCell>
        <mxCell id="5m5IZYSdE89hOnIhnB_D-130" parent="1" style="text;html=1;whiteSpace=wrap;strokeColor=none;fillColor=none;align=center;verticalAlign=middle;rounded=0;fontStyle=1;fontSize=16;" value="图像数据增强处理" vertex="1">
-           <mxGeometry height="30" width="170" x="-1279.5" y="295" as="geometry" />
+           <mxGeometry height="30" width="170" x="-889.5" y="197.5" as="geometry" />
        </mxCell>
        <mxCell id="5m5IZYSdE89hOnIhnB_D-137" edge="1" parent="1" source="5m5IZYSdE89hOnIhnB_D-135" style="edgeStyle=orthogonalEdgeStyle;curved=1;rounded=0;orthogonalLoop=1;jettySize=auto;html=1;" target="5m5IZYSdE89hOnIhnB_D-136" value="">
          <mxGeometry relative="1" as="geometry" />
        </mxCell>
        <mxCell id="5m5IZYSdE89hOnIhnB_D-135" parent="1" style="rounded=1;whiteSpace=wrap;html=1;" value="从REPLAY BUFF提取数据" vertex="1">
-           <mxGeometry height="50" width="95" x="-1220" y="15" as="geometry" />
+           <mxGeometry height="50" width="95" x="-830" y="43.75" as="geometry" />
        </mxCell>
        <mxCell id="5m5IZYSdE89hOnIhnB_D-139" edge="1" parent="1" source="5m5IZYSdE89hOnIhnB_D-136" style="edgeStyle=orthogonalEdgeStyle;curved=1;rounded=0;orthogonalLoop=1;jettySize=auto;html=1;" target="5m5IZYSdE89hOnIhnB_D-138" value="">
          <mxGeometry relative="1" as="geometry" />
        </mxCell>
        <mxCell id="5m5IZYSdE89hOnIhnB_D-136" parent="1" style="rounded=1;whiteSpace=wrap;html=1;" value="进行图像增强" vertex="1">
-           <mxGeometry height="50" width="79" x="-1079" y="15" as="geometry" />
+           <mxGeometry height="50" width="79" x="-689" y="43.75" as="geometry" />
        </mxCell>
        <mxCell id="5m5IZYSdE89hOnIhnB_D-141" edge="1" parent="1" source="5m5IZYSdE89hOnIhnB_D-138" style="edgeStyle=orthogonalEdgeStyle;curved=1;rounded=0;orthogonalLoop=1;jettySize=auto;html=1;" target="5m5IZYSdE89hOnIhnB_D-140" value="">
          <mxGeometry relative="1" as="geometry" />
        </mxCell>
        <mxCell id="5m5IZYSdE89hOnIhnB_D-138" parent="1" style="rounded=1;whiteSpace=wrap;html=1;fillColor=#ffe6cc;strokeColor=#d79b00;" value="更新CRITIC网络" vertex="1">
-           <mxGeometry height="50" width="74.5" x="-964.5" y="15" as="geometry" />
+           <mxGeometry height="50" width="74.5" x="-574.5" y="43.75" as="geometry" />
        </mxCell>
        <mxCell id="5m5IZYSdE89hOnIhnB_D-143" edge="1" parent="1" source="5m5IZYSdE89hOnIhnB_D-140" style="edgeStyle=orthogonalEdgeStyle;curved=1;rounded=0;orthogonalLoop=1;jettySize=auto;html=1;" target="5m5IZYSdE89hOnIhnB_D-142" value="">
          <mxGeometry relative="1" as="geometry" />
        </mxCell>
        <mxCell id="5m5IZYSdE89hOnIhnB_D-140" parent="1" style="rounded=1;whiteSpace=wrap;html=1;fillColor=#f5f5f5;fontColor=#333333;strokeColor=#666666;" value="使用成功轨迹进行SFT微调" vertex="1">
-           <mxGeometry height="50" width="74.5" x="-840" y="15" as="geometry" />
+           <mxGeometry height="50" width="74.5" x="-450" y="43.75" as="geometry" />
        </mxCell>
        <mxCell id="5m5IZYSdE89hOnIhnB_D-142" parent="1" style="rounded=1;whiteSpace=wrap;html=1;fillColor=#ffe6cc;strokeColor=#d79b00;" value="更新RISIDUAL网路" vertex="1">
-           <mxGeometry height="50" width="74.5" x="-720" y="15" as="geometry" />
+           <mxGeometry height="50" width="74.5" x="-330" y="43.75" as="geometry" />
        </mxCell>
        <mxCell id="5m5IZYSdE89hOnIhnB_D-147" parent="1" style="text;html=1;whiteSpace=wrap;strokeColor=none;fillColor=none;align=center;verticalAlign=middle;rounded=0;fontStyle=1;fontSize=16;" value="主循环" vertex="1">
-           <mxGeometry height="30" width="70" x="-1229.5" y="-20" as="geometry" />
+           <mxGeometry height="30" width="70" x="-839.5" y="8.75" as="geometry" />
        </mxCell>
      </root>
    </mxGraphModel>
  </diagram>
</mxfile>
